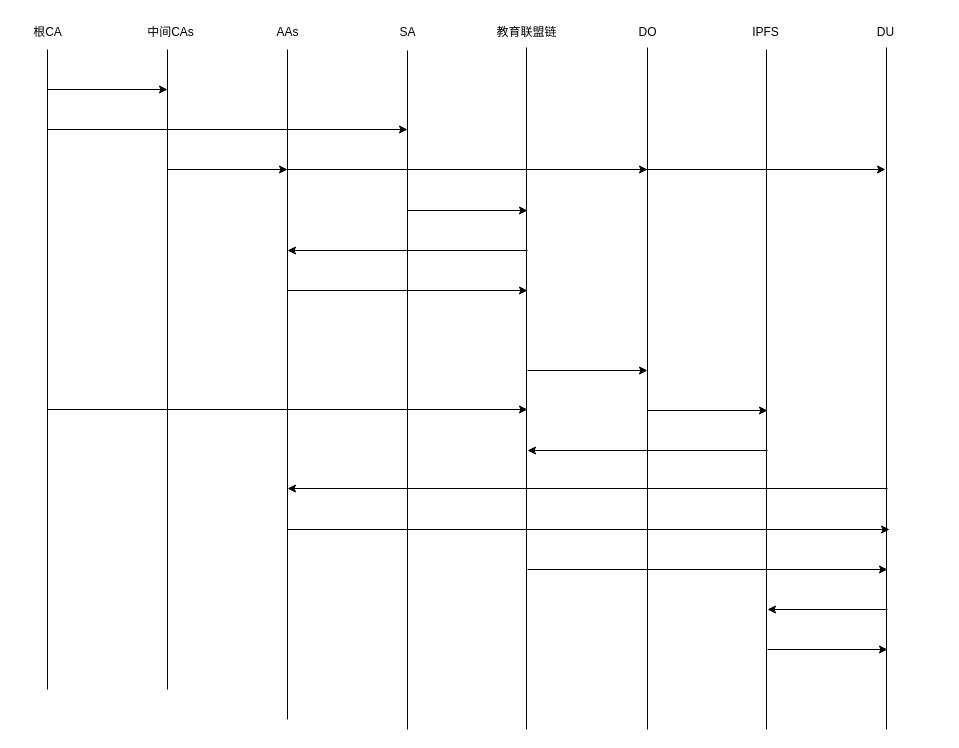
This is 教育流程图.drawio from Mr-doublehappines/httpServer, a draw.io file, before an edit. Source tidied: cells renumbered, new cells numbered last; positions are measured from the earlier drawing's top-left corner, leaving out a move shared by most shapes. Both pictures are drawn from the tidied source at 100%, with x=0, y=0 at pixel (22, 17).
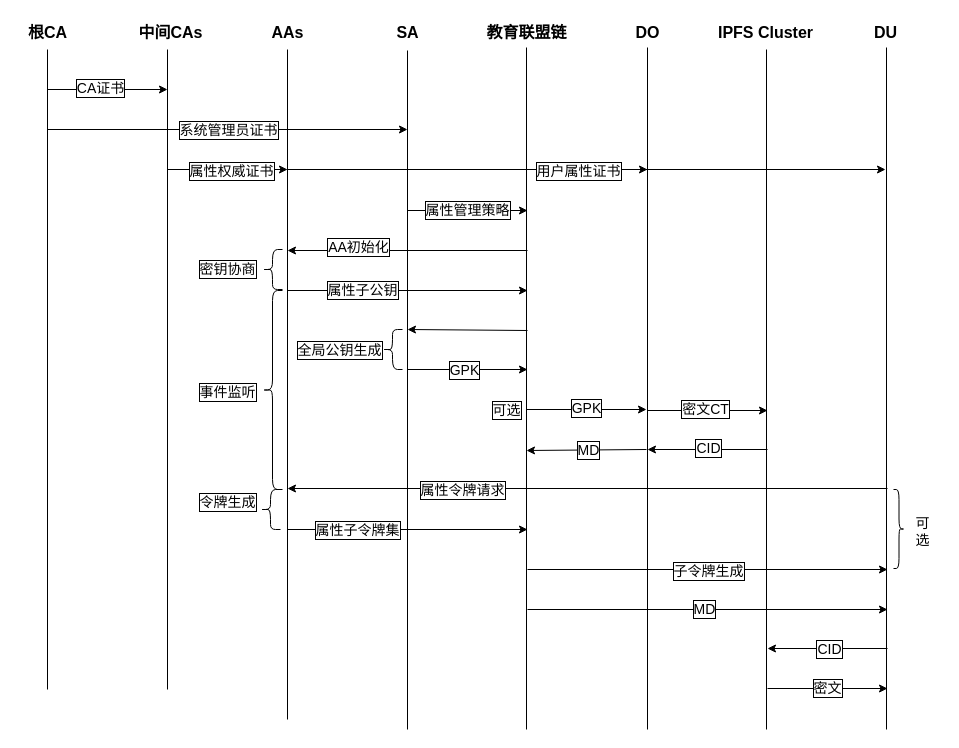
After the change.

Commit message (it also covers changes not shown here):
更新教育流程图.drawio

The edit, as a diff of the source:
```diff
@@
-    <mxCell id="2" style="endArrow=none;html=1;rounded=0;" parent="1" edge="1">
+    <mxCell id="2" style="endArrow=none;html=1;rounded=0;fontSize=14;fontFamily=宋体;" parent="1" edge="1">
       <mxGeometry relative="1" as="geometry">
         <mxPoint x="25" y="672" as="sourcePoint" />
         <mxPoint x="25" y="32" as="targetPoint" />
       </mxGeometry>
     </mxCell>
-    <mxCell id="3" value="根CA" style="text;html=1;align=center;verticalAlign=middle;strokeColor=none;fillColor=none;" parent="1" vertex="1">
-      <mxGeometry width="50" height="30" as="geometry" />
+    <mxCell id="3" value="根CA" style="text;html=1;align=center;verticalAlign=middle;strokeColor=none;fillColor=none;fontSize=16;fontFamily=宋体;fontStyle=1;" parent="1" vertex="1">
+      <mxGeometry x="-5" width="60" height="30" as="geometry" />
     </mxCell>
-    <mxCell id="4" style="endArrow=none;html=1;rounded=0;" parent="1" edge="1">
+    <mxCell id="4" style="endArrow=none;html=1;rounded=0;fontSize=14;fontFamily=宋体;" parent="1" edge="1">
       <mxGeometry relative="1" as="geometry">
         <mxPoint x="145" y="672" as="sourcePoint" />
         <mxPoint x="145" y="32" as="targetPoint" />
       </mxGeometry>
     </mxCell>
-    <mxCell id="5" value="中间CAs" style="text;html=1;align=center;verticalAlign=middle;strokeColor=none;fillColor=none;" parent="1" vertex="1">
-      <mxGeometry x="113" width="70" height="30" as="geometry" />
+    <mxCell id="5" value="中间CAs" style="text;html=1;align=center;verticalAlign=middle;strokeColor=none;fillColor=none;fontSize=16;fontFamily=宋体;fontStyle=1;" parent="1" vertex="1">
+      <mxGeometry x="108" width="80" height="30" as="geometry" />
     </mxCell>
-    <mxCell id="6" style="endArrow=none;html=1;rounded=0;" parent="1" edge="1">
+    <mxCell id="6" style="endArrow=none;html=1;rounded=0;fontSize=14;fontFamily=宋体;" parent="1" edge="1">
       <mxGeometry relative="1" as="geometry">
         <mxPoint x="265" y="702" as="sourcePoint" />
         <mxPoint x="265" y="32" as="targetPoint" />
       </mxGeometry>
     </mxCell>
-    <mxCell id="7" value="AAs" style="text;html=1;align=center;verticalAlign=middle;strokeColor=none;fillColor=none;" parent="1" vertex="1">
+    <mxCell id="7" value="AAs" style="text;html=1;align=center;verticalAlign=middle;strokeColor=none;fillColor=none;fontSize=16;fontFamily=宋体;fontStyle=1;" parent="1" vertex="1">
       <mxGeometry x="240" width="50" height="30" as="geometry" />
     </mxCell>
-    <mxCell id="8" style="endArrow=none;html=1;rounded=0;" parent="1" edge="1">
+    <mxCell id="8" style="endArrow=none;html=1;rounded=0;fontSize=14;fontFamily=宋体;" parent="1" edge="1">
       <mxGeometry relative="1" as="geometry">
         <mxPoint x="504" y="712" as="sourcePoint" />
         <mxPoint x="504" y="30" as="targetPoint" />
       </mxGeometry>
     </mxCell>
-    <mxCell id="9" value="教育联盟链" style="text;html=1;align=center;verticalAlign=middle;strokeColor=none;fillColor=none;" parent="1" vertex="1">
-      <mxGeometry x="464" width="80" height="30" as="geometry" />
+    <mxCell id="9" value="教育联盟链" style="text;html=1;align=center;verticalAlign=middle;strokeColor=none;fillColor=none;fontSize=16;fontFamily=宋体;fontStyle=1;" parent="1" vertex="1">
+      <mxGeometry x="454" width="100" height="30" as="geometry" />
     </mxCell>
-    <mxCell id="10" style="endArrow=none;html=1;rounded=0;" parent="1" edge="1">
+    <mxCell id="10" style="endArrow=none;html=1;rounded=0;fontSize=14;fontFamily=宋体;" parent="1" edge="1">
       <mxGeometry relative="1" as="geometry">
         <mxPoint x="744" y="712" as="sourcePoint" />
         <mxPoint x="744" y="32" as="targetPoint" />
       </mxGeometry>
     </mxCell>
-    <mxCell id="11" value="IPFS" style="text;html=1;align=center;verticalAlign=middle;strokeColor=none;fillColor=none;" parent="1" vertex="1">
-      <mxGeometry x="718" width="50" height="30" as="geometry" />
+    <mxCell id="11" value="IPFS Cluster" style="text;html=1;align=center;verticalAlign=middle;strokeColor=none;fillColor=none;fontSize=16;fontFamily=宋体;fontStyle=1;" parent="1" vertex="1">
+      <mxGeometry x="683" width="120" height="30" as="geometry" />
     </mxCell>
-    <mxCell id="12" style="endArrow=none;html=1;rounded=0;" parent="1" edge="1">
+    <mxCell id="12" style="endArrow=none;html=1;rounded=0;fontSize=14;fontFamily=宋体;" parent="1" edge="1">
       <mxGeometry relative="1" as="geometry">
         <mxPoint x="864" y="712" as="sourcePoint" />
         <mxPoint x="864" y="30" as="targetPoint" />
       </mxGeometry>
     </mxCell>
-    <mxCell id="13" value="DU" style="text;html=1;align=center;verticalAlign=middle;strokeColor=none;fillColor=none;" parent="1" vertex="1">
+    <mxCell id="13" value="DU" style="text;html=1;align=center;verticalAlign=middle;strokeColor=none;fillColor=none;fontSize=16;fontFamily=宋体;fontStyle=1;" parent="1" vertex="1">
       <mxGeometry x="843" width="40" height="30" as="geometry" />
     </mxCell>
-    <mxCell id="14" style="endArrow=none;html=1;rounded=0;" parent="1" edge="1">
+    <mxCell id="14" style="endArrow=none;html=1;rounded=0;fontSize=14;fontFamily=宋体;" parent="1" edge="1">
       <mxGeometry relative="1" as="geometry">
         <mxPoint x="625" y="712" as="sourcePoint" />
         <mxPoint x="625" y="30" as="targetPoint" />
       </mxGeometry>
     </mxCell>
-    <mxCell id="15" value="DO" style="text;html=1;align=center;verticalAlign=middle;strokeColor=none;fillColor=none;" parent="1" vertex="1">
+    <mxCell id="15" value="DO" style="text;html=1;align=center;verticalAlign=middle;strokeColor=none;fillColor=none;fontSize=16;fontFamily=宋体;fontStyle=1;" parent="1" vertex="1">
       <mxGeometry x="605" width="40" height="30" as="geometry" />
     </mxCell>
-    <mxCell id="16" style="endArrow=classic;html=1;rounded=0;" parent="1" edge="1">
+    <mxCell id="16" style="endArrow=classic;html=1;rounded=0;labelBorderColor=default;fontSize=14;fontFamily=宋体;" parent="1" edge="1">
       <mxGeometry relative="1" as="geometry">
         <mxPoint x="25" y="72" as="sourcePoint" />
         <mxPoint x="145" y="72" as="targetPoint" />
       </mxGeometry>
     </mxCell>
+    <mxCell id="35" value="CA证书" style="edgeLabel;html=1;align=center;verticalAlign=middle;labelBorderColor=default;fontSize=14;fontFamily=宋体;" parent="16" vertex="1">
+      <mxGeometry x="-0.14" y="2" relative="1" as="geometry" />
+    </mxCell>
-    <mxCell id="17" style="endArrow=classic;html=1;rounded=0;" parent="1" edge="1">
+    <mxCell id="17" style="endArrow=classic;html=1;rounded=0;labelBorderColor=default;fontSize=14;fontFamily=宋体;" parent="1" edge="1">
       <mxGeometry relative="1" as="geometry">
         <mxPoint x="145" y="152" as="sourcePoint" />
         <mxPoint x="265" y="152" as="targetPoint" />
       </mxGeometry>
     </mxCell>
+    <mxCell id="36" value="属性权威证书" style="edgeLabel;html=1;align=center;verticalAlign=middle;labelBorderColor=default;fontSize=14;fontFamily=宋体;" parent="17" vertex="1">
+      <mxGeometry x="0.05" y="-1" relative="1" as="geometry" />
+    </mxCell>
-    <mxCell id="18" style="endArrow=classic;html=1;rounded=0;" parent="1" edge="1">
+    <mxCell id="18" style="endArrow=classic;html=1;rounded=0;labelBorderColor=default;fontSize=14;fontFamily=宋体;" parent="1" edge="1">
       <mxGeometry relative="1" as="geometry">
         <mxPoint x="264" y="152" as="sourcePoint" />
         <mxPoint x="625" y="152" as="targetPoint" />
       </mxGeometry>
     </mxCell>
+    <mxCell id="37" value="用户属性证书" style="edgeLabel;html=1;align=center;verticalAlign=middle;labelBorderColor=default;fontSize=14;fontFamily=宋体;" parent="18" vertex="1">
+      <mxGeometry x="0.61" y="-1" relative="1" as="geometry" />
+    </mxCell>
-    <mxCell id="19" style="endArrow=none;html=1;rounded=0;" parent="1" edge="1">
+    <mxCell id="19" style="endArrow=none;html=1;rounded=0;fontSize=14;fontFamily=宋体;" parent="1" edge="1">
       <mxGeometry relative="1" as="geometry">
         <mxPoint x="385" y="712" as="sourcePoint" />
         <mxPoint x="385" y="33" as="targetPoint" />
       </mxGeometry>
     </mxCell>
-    <mxCell id="20" value="SA" style="text;html=1;align=center;verticalAlign=middle;strokeColor=none;fillColor=none;" parent="1" vertex="1">
+    <mxCell id="20" value="SA" style="text;html=1;align=center;verticalAlign=middle;strokeColor=none;fillColor=none;fontSize=16;fontFamily=宋体;fontStyle=1;" parent="1" vertex="1">
       <mxGeometry x="365" width="40" height="30" as="geometry" />
     </mxCell>
-    <mxCell id="21" style="endArrow=classic;html=1;rounded=0;" parent="1" edge="1">
+    <mxCell id="21" style="endArrow=classic;html=1;rounded=0;labelBorderColor=default;fontSize=14;fontFamily=宋体;" parent="1" edge="1">
       <mxGeometry relative="1" as="geometry">
         <mxPoint x="623" y="152" as="sourcePoint" />
         <mxPoint x="863" y="152" as="targetPoint" />
       </mxGeometry>
     </mxCell>
-    <mxCell id="22" style="endArrow=classic;html=1;rounded=0;" parent="1" edge="1">
+    <mxCell id="22" style="endArrow=classic;html=1;rounded=0;labelBorderColor=default;fontSize=14;fontFamily=宋体;" parent="1" edge="1">
       <mxGeometry relative="1" as="geometry">
         <mxPoint x="25" y="112" as="sourcePoint" />
         <mxPoint x="385" y="112" as="targetPoint" />
       </mxGeometry>
     </mxCell>
+    <mxCell id="38" value="系统管理员证书" style="edgeLabel;html=1;align=center;verticalAlign=middle;labelBorderColor=default;fontSize=14;fontFamily=宋体;" parent="22" vertex="1">
+      <mxGeometry relative="1" as="geometry" />
+    </mxCell>
-    <mxCell id="23" style="endArrow=classic;html=1;rounded=0;" parent="1" edge="1">
+    <mxCell id="23" style="endArrow=classic;html=1;rounded=0;labelBorderColor=default;fontSize=14;fontFamily=宋体;" parent="1" edge="1">
       <mxGeometry relative="1" as="geometry">
         <mxPoint x="385" y="193" as="sourcePoint" />
         <mxPoint x="505" y="193" as="targetPoint" />
       </mxGeometry>
     </mxCell>
+    <mxCell id="39" value="属性管理策略" style="edgeLabel;html=1;align=center;verticalAlign=middle;labelBorderColor=default;fontSize=14;fontFamily=宋体;" parent="23" vertex="1">
+      <mxGeometry x="-0.02" y="1" relative="1" as="geometry" />
+    </mxCell>
-    <mxCell id="24" style="endArrow=classic;html=1;rounded=0;" parent="1" edge="1">
+    <mxCell id="24" style="endArrow=classic;html=1;rounded=0;labelBorderColor=default;fontSize=14;fontFamily=宋体;" parent="1" edge="1">
       <mxGeometry relative="1" as="geometry">
         <mxPoint x="505" y="233" as="sourcePoint" />
         <mxPoint x="265" y="233" as="targetPoint" />
       </mxGeometry>
     </mxCell>
+    <mxCell id="40" value="AA初始化" style="edgeLabel;html=1;align=center;verticalAlign=middle;labelBorderColor=default;fontSize=14;fontFamily=宋体;" parent="24" vertex="1">
+      <mxGeometry x="0.42" y="-4" relative="1" as="geometry" />
+    </mxCell>
-    <mxCell id="25" style="endArrow=classic;html=1;rounded=0;" parent="1" edge="1">
+    <mxCell id="25" style="endArrow=classic;html=1;rounded=0;labelBorderColor=default;fontSize=14;fontFamily=宋体;" parent="1" edge="1">
       <mxGeometry relative="1" as="geometry">
         <mxPoint x="265" y="273" as="sourcePoint" />
         <mxPoint x="505" y="273" as="targetPoint" />
       </mxGeometry>
     </mxCell>
+    <mxCell id="41" value="属性子公钥" style="edgeLabel;html=1;align=center;verticalAlign=middle;labelBorderColor=default;fontSize=14;fontFamily=宋体;" parent="25" vertex="1">
+      <mxGeometry x="0.22" y="-2" relative="1" as="geometry">
+        <mxPoint x="-72" y="-3" as="offset" />
+      </mxGeometry>
+    </mxCell>
-    <mxCell id="26" style="endArrow=classic;html=1;rounded=0;" parent="1" edge="1">
+    <mxCell id="26" style="endArrow=classic;html=1;rounded=0;labelBorderColor=default;fontSize=14;fontFamily=宋体;" parent="1" edge="1">
       <mxGeometry relative="1" as="geometry">
-        <mxPoint x="25" y="392" as="sourcePoint" />
-        <mxPoint x="505" y="392" as="targetPoint" />
+        <mxPoint x="504" y="392" as="sourcePoint" />
+        <mxPoint x="624" y="392" as="targetPoint" />
       </mxGeometry>
     </mxCell>
+    <mxCell id="42" value="GPK" style="edgeLabel;html=1;align=center;verticalAlign=middle;labelBorderColor=default;fontSize=14;fontFamily=宋体;" parent="26" vertex="1">
+      <mxGeometry x="-0.02" y="4" relative="1" as="geometry">
+        <mxPoint y="2" as="offset" />
+      </mxGeometry>
+    </mxCell>
-    <mxCell id="27" style="endArrow=classic;html=1;rounded=0;" parent="1" edge="1">
+    <mxCell id="27" style="endArrow=classic;html=1;rounded=0;labelBorderColor=default;fontSize=14;fontFamily=宋体;" parent="1" edge="1">
       <mxGeometry relative="1" as="geometry">
-        <mxPoint x="505" y="353" as="sourcePoint" />
-        <mxPoint x="625" y="353" as="targetPoint" />
+        <mxPoint x="505" y="313" as="sourcePoint" />
+        <mxPoint x="385" y="312" as="targetPoint" />
       </mxGeometry>
     </mxCell>
-    <mxCell id="28" style="endArrow=classic;html=1;rounded=0;" parent="1" edge="1">
+    <mxCell id="28" style="endArrow=classic;html=1;rounded=0;labelBorderColor=default;fontSize=14;fontFamily=宋体;" parent="1" edge="1">
       <mxGeometry relative="1" as="geometry">
         <mxPoint x="625" y="393" as="sourcePoint" />
         <mxPoint x="745" y="393" as="targetPoint" />
       </mxGeometry>
     </mxCell>
+    <mxCell id="43" value="密文CT" style="edgeLabel;html=1;align=center;verticalAlign=middle;labelBorderColor=default;fontSize=14;fontFamily=宋体;" parent="28" vertex="1">
+      <mxGeometry x="-0.05" y="2" relative="1" as="geometry" />
+    </mxCell>
-    <mxCell id="29" style="endArrow=classic;html=1;rounded=0;" parent="1" edge="1">
+    <mxCell id="29" style="endArrow=classic;html=1;rounded=0;labelBorderColor=default;fontSize=14;fontFamily=宋体;" parent="1" edge="1">
       <mxGeometry relative="1" as="geometry">
         <mxPoint x="865" y="471" as="sourcePoint" />
         <mxPoint x="265" y="471" as="targetPoint" />
       </mxGeometry>
     </mxCell>
+    <mxCell id="44" value="属性令牌请求" style="edgeLabel;html=1;align=center;verticalAlign=middle;labelBorderColor=default;fontSize=14;fontFamily=宋体;" parent="29" vertex="1">
+      <mxGeometry x="0.42" y="1" relative="1" as="geometry" />
+    </mxCell>
-    <mxCell id="30" style="endArrow=classic;html=1;rounded=0;" parent="1" edge="1">
+    <mxCell id="30" style="endArrow=classic;html=1;rounded=0;labelBorderColor=default;fontSize=14;fontFamily=宋体;" parent="1" edge="1">
       <mxGeometry relative="1" as="geometry">
         <mxPoint x="265" y="512" as="sourcePoint" />
-        <mxPoint x="867.1" y="512" as="targetPoint" />
+        <mxPoint x="505" y="512" as="targetPoint" />
       </mxGeometry>
     </mxCell>
+    <mxCell id="45" value="属性子令牌集" style="edgeLabel;html=1;align=center;verticalAlign=middle;labelBorderColor=default;fontSize=14;fontFamily=宋体;" parent="30" vertex="1">
+      <mxGeometry x="-0.42" relative="1" as="geometry">
+        <mxPoint x="-1" as="offset" />
+      </mxGeometry>
+    </mxCell>
-    <mxCell id="31" style="endArrow=classic;html=1;rounded=0;" parent="1" edge="1">
+    <mxCell id="31" style="endArrow=classic;html=1;rounded=0;labelBorderColor=default;fontSize=14;fontFamily=宋体;" parent="1" edge="1">
       <mxGeometry relative="1" as="geometry">
         <mxPoint x="505" y="552" as="sourcePoint" />
         <mxPoint x="865" y="552" as="targetPoint" />
       </mxGeometry>
     </mxCell>
+    <mxCell id="46" value="子令牌生成" style="edgeLabel;html=1;align=center;verticalAlign=middle;labelBorderColor=default;fontSize=14;fontFamily=宋体;" parent="31" vertex="1">
+      <mxGeometry y="-2" relative="1" as="geometry">
+        <mxPoint y="-1" as="offset" />
+      </mxGeometry>
+    </mxCell>
-    <mxCell id="32" style="endArrow=classic;html=1;rounded=0;" parent="1" edge="1">
+    <mxCell id="32" style="endArrow=classic;html=1;rounded=0;labelBorderColor=default;fontSize=14;fontFamily=宋体;" parent="1" edge="1">
       <mxGeometry relative="1" as="geometry">
-        <mxPoint x="865" y="592" as="sourcePoint" />
-        <mxPoint x="745" y="592" as="targetPoint" />
+        <mxPoint x="865" y="631" as="sourcePoint" />
+        <mxPoint x="745" y="631" as="targetPoint" />
       </mxGeometry>
     </mxCell>
+    <mxCell id="47" value="CID" style="edgeLabel;html=1;align=center;verticalAlign=middle;labelBorderColor=default;fontSize=14;fontFamily=宋体;" parent="32" vertex="1">
+      <mxGeometry x="-0.01" relative="1" as="geometry" />
+    </mxCell>
-    <mxCell id="33" style="endArrow=classic;html=1;rounded=0;" parent="1" edge="1">
+    <mxCell id="33" style="endArrow=classic;html=1;rounded=0;labelBorderColor=default;fontSize=14;fontFamily=宋体;" parent="1" edge="1">
       <mxGeometry relative="1" as="geometry">
-        <mxPoint x="745" y="632" as="sourcePoint" />
-        <mxPoint x="865" y="632" as="targetPoint" />
+        <mxPoint x="745" y="671" as="sourcePoint" />
+        <mxPoint x="865" y="671" as="targetPoint" />
       </mxGeometry>
     </mxCell>
+    <mxCell id="48" value="密文" style="edgeLabel;html=1;align=center;verticalAlign=middle;labelBorderColor=default;fontSize=14;fontFamily=宋体;" parent="33" vertex="1">
+      <mxGeometry x="-0.01" y="1" relative="1" as="geometry" />
+    </mxCell>
-    <mxCell id="34" style="endArrow=classic;html=1;rounded=0;" parent="1" edge="1">
+    <mxCell id="34" style="endArrow=classic;html=1;rounded=0;labelBorderColor=default;fontSize=14;fontFamily=宋体;" parent="1" edge="1">
       <mxGeometry relative="1" as="geometry">
-        <mxPoint x="745" y="433" as="sourcePoint" />
-        <mxPoint x="505" y="433" as="targetPoint" />
+        <mxPoint x="624" y="432" as="sourcePoint" />
+        <mxPoint x="504" y="433" as="targetPoint" />
       </mxGeometry>
     </mxCell>
+    <mxCell id="49" value="MD" style="edgeLabel;html=1;align=center;verticalAlign=middle;labelBorderColor=default;fontSize=14;fontFamily=宋体;" parent="34" vertex="1">
+      <mxGeometry x="-0.01" relative="1" as="geometry" />
+    </mxCell>
+    <mxCell id="50" style="shape=curlyBracket;whiteSpace=wrap;html=1;rounded=1;labelPosition=left;verticalLabelPosition=middle;align=right;verticalAlign=middle;size=0.5;labelBorderColor=default;fontSize=14;fontFamily=宋体;" parent="1" vertex="1">
+      <mxGeometry x="240" y="232" width="20" height="40" as="geometry" />
+    </mxCell>
+    <mxCell id="51" value="密钥协商" style="text;html=1;align=center;verticalAlign=middle;strokeColor=none;fillColor=none;labelBorderColor=default;fontSize=14;fontFamily=宋体;" parent="1" vertex="1">
+      <mxGeometry x="165" y="237" width="80" height="30" as="geometry" />
+    </mxCell>
+    <mxCell id="52" style="shape=curlyBracket;whiteSpace=wrap;html=1;rounded=1;flipH=1;labelPosition=right;verticalLabelPosition=middle;align=left;verticalAlign=middle;size=0.5;rotation=-180;labelBorderColor=default;fontSize=14;fontFamily=宋体;" parent="1" vertex="1">
+      <mxGeometry x="360" y="312" width="20" height="40" as="geometry" />
+    </mxCell>
+    <mxCell id="53" style="endArrow=classic;html=1;rounded=0;labelBorderColor=default;fontSize=14;fontFamily=宋体;" parent="1" edge="1">
+      <mxGeometry relative="1" as="geometry">
+        <mxPoint x="385" y="352" as="sourcePoint" />
+        <mxPoint x="505" y="352" as="targetPoint" />
+      </mxGeometry>
+    </mxCell>
+    <mxCell id="54" value="GPK" style="edgeLabel;html=1;align=center;verticalAlign=middle;labelBorderColor=default;fontSize=14;fontFamily=宋体;" parent="53" vertex="1">
+      <mxGeometry x="-0.07" y="-1" relative="1" as="geometry">
+        <mxPoint y="-1" as="offset" />
+      </mxGeometry>
+    </mxCell>
+    <mxCell id="55" value="全局公钥生成" style="text;html=1;align=center;verticalAlign=middle;strokeColor=none;fillColor=none;labelBorderColor=default;fontSize=14;fontFamily=宋体;" parent="1" vertex="1">
+      <mxGeometry x="262" y="318" width="110" height="30" as="geometry" />
+    </mxCell>
+    <mxCell id="56" value="可选" style="text;html=1;align=center;verticalAlign=middle;strokeColor=none;fillColor=none;labelBorderColor=default;fontSize=14;fontFamily=宋体;" parent="1" vertex="1">
+      <mxGeometry x="459" y="378" width="50" height="30" as="geometry" />
+    </mxCell>
+    <mxCell id="57" style="endArrow=classic;html=1;rounded=0;labelBorderColor=default;fontSize=14;fontFamily=宋体;" parent="1" edge="1">
+      <mxGeometry relative="1" as="geometry">
+        <mxPoint x="745" y="432" as="sourcePoint" />
+        <mxPoint x="625" y="432" as="targetPoint" />
+      </mxGeometry>
+    </mxCell>
+    <mxCell id="58" value="CID" style="edgeLabel;html=1;align=center;verticalAlign=middle;labelBorderColor=default;fontSize=14;fontFamily=宋体;" parent="57" vertex="1">
+      <mxGeometry y="-2" relative="1" as="geometry" />
+    </mxCell>
+    <mxCell id="59" style="shape=curlyBracket;whiteSpace=wrap;html=1;rounded=1;labelPosition=left;verticalLabelPosition=middle;align=right;verticalAlign=middle;labelBorderColor=default;fontSize=14;fontFamily=宋体;" parent="1" vertex="1">
+      <mxGeometry x="240" y="273" width="20" height="199" as="geometry" />
+    </mxCell>
+    <mxCell id="60" value="事件监听" style="text;html=1;align=center;verticalAlign=middle;strokeColor=none;fillColor=none;labelBorderColor=default;fontSize=14;fontFamily=宋体;" parent="1" vertex="1">
+      <mxGeometry x="165" y="360" width="80" height="30" as="geometry" />
+    </mxCell>
+    <mxCell id="61" style="shape=curlyBracket;whiteSpace=wrap;html=1;rounded=1;labelPosition=left;verticalLabelPosition=middle;align=right;verticalAlign=middle;labelBorderColor=default;fontSize=14;fontFamily=宋体;" parent="1" vertex="1">
+      <mxGeometry x="238" y="472" width="20" height="40" as="geometry" />
+    </mxCell>
+    <mxCell id="62" value="令牌生成" style="text;html=1;align=center;verticalAlign=middle;strokeColor=none;fillColor=none;labelBorderColor=default;fontSize=14;fontFamily=宋体;" parent="1" vertex="1">
+      <mxGeometry x="165" y="470" width="80" height="30" as="geometry" />
+    </mxCell>
+    <mxCell id="63" style="shape=curlyBracket;whiteSpace=wrap;html=1;rounded=1;flipH=1;labelPosition=right;verticalLabelPosition=middle;align=left;verticalAlign=middle;labelBorderColor=default;fontSize=14;fontFamily=宋体;" parent="1" vertex="1">
+      <mxGeometry x="871" y="472" width="11" height="79" as="geometry" />
+    </mxCell>
+    <mxCell id="64" value="可&lt;div style=&quot;font-size: 14px;&quot;&gt;选&lt;/div&gt;" style="text;html=1;align=center;verticalAlign=middle;strokeColor=none;fillColor=none;fontSize=14;fontFamily=宋体;" parent="1" vertex="1">
+      <mxGeometry x="880" y="489" width="40" height="50" as="geometry" />
+    </mxCell>
+    <mxCell id="65" style="endArrow=classic;html=1;rounded=0;labelBorderColor=default;fontSize=14;fontFamily=宋体;" parent="1" edge="1">
+      <mxGeometry relative="1" as="geometry">
+        <mxPoint x="505" y="592" as="sourcePoint" />
+        <mxPoint x="865" y="592" as="targetPoint" />
+      </mxGeometry>
+    </mxCell>
+    <mxCell id="66" value="MD" style="edgeLabel;html=1;align=center;verticalAlign=middle;labelBorderColor=default;fontSize=14;fontFamily=宋体;" parent="65" vertex="1">
+      <mxGeometry x="-0.02" y="1" relative="1" as="geometry" />
+    </mxCell>
```
